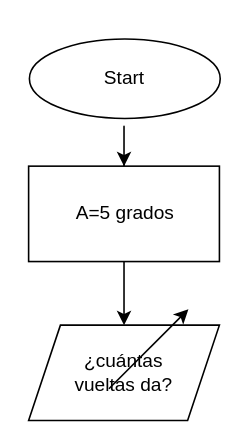
Before: Untitled Diagram.drawio in florgaleana/Notas-de-clase, a draw.io diagram. Source tidied: cells renumbered, new cells numbered last; positions are measured from the earlier drawing's top-left corner, leaving out a move shared by most shapes. Both pictures are drawn from the tidied source at 159%, with x=0, y=0 at pixel (29, 25).
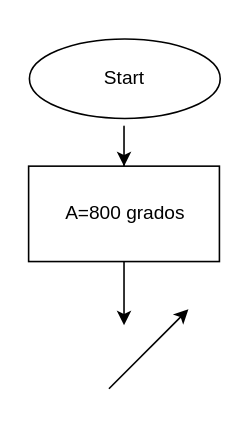
Above is the later version.

The edit, as a diff of the source:
```diff
@@
 <mxGraphModel>
   <root>
     <mxCell id="0" />
     <mxCell id="1" parent="0" />
     <mxCell id="2" style="ellipse;whiteSpace=wrap;html=1;" parent="1" vertex="1">
       <mxGeometry y="8" width="120" height="50" as="geometry" />
     </mxCell>
     <mxCell id="3" value="Start" style="text;html=1;strokeColor=none;fillColor=none;align=center;verticalAlign=middle;whiteSpace=wrap;rounded=0;" parent="1" vertex="1">
       <mxGeometry y="0.5" width="120" height="65" as="geometry" />
     </mxCell>
     <mxCell id="4" style="endArrow=classic;html=1;" parent="1" edge="1" target="5">
       <mxGeometry relative="1" as="geometry">
         <mxPoint x="59.5" y="98" as="sourcePoint" />
         <Array as="points">
           <mxPoint x="59.5" y="58" />
         </Array>
       </mxGeometry>
     </mxCell>
     <mxCell id="5" style="rounded=0;whiteSpace=wrap;html=1;" parent="1" vertex="1">
       <mxGeometry x="-0.5" y="88" width="120" height="60" as="geometry" />
     </mxCell>
-    <mxCell id="6" value="A=5 grados" style="text;html=1;strokeColor=none;fillColor=none;align=center;verticalAlign=middle;whiteSpace=wrap;rounded=0;" parent="1" vertex="1">
+    <mxCell id="6" value="A=800 grados" style="text;html=1;strokeColor=none;fillColor=none;align=center;verticalAlign=middle;whiteSpace=wrap;rounded=0;" parent="1" vertex="1">
       <mxGeometry x="19.8" y="108" width="80.5" height="20" as="geometry" />
     </mxCell>
-    <mxCell id="7" style="endArrow=classic;html=1;" parent="1" edge="1" target="8">
+    <mxCell id="7" style="endArrow=classic;html=1;" parent="1" edge="1">
       <mxGeometry relative="1" as="geometry">
         <mxPoint x="59.5" y="148" as="sourcePoint" />
+        <mxPoint x="59.5" y="188" as="targetPoint" />
       </mxGeometry>
     </mxCell>
-    <mxCell id="8" style="shape=parallelogram;perimeter=parallelogramPerimeter;whiteSpace=wrap;html=1;fixedSize=1;" parent="1" vertex="1">
-      <mxGeometry x="-0.5" y="188" width="120" height="60" as="geometry" />
-    </mxCell>
-    <mxCell id="9" value="¿cuántas vueltas da?" style="text;html=1;strokeColor=none;fillColor=none;align=center;verticalAlign=middle;whiteSpace=wrap;rounded=0;" parent="1" vertex="1">
-      <mxGeometry x="14.2" y="188" width="90.5" height="60" as="geometry" />
-    </mxCell>
     <mxCell id="10" style="endArrow=classic;html=1;" parent="1" edge="1">
       <mxGeometry relative="1" as="geometry">
         <mxPoint x="50" y="228" as="sourcePoint" />
         <mxPoint x="100" y="178" as="targetPoint" />
       </mxGeometry>
     </mxCell>
   </root>
 </mxGraphModel>
```
